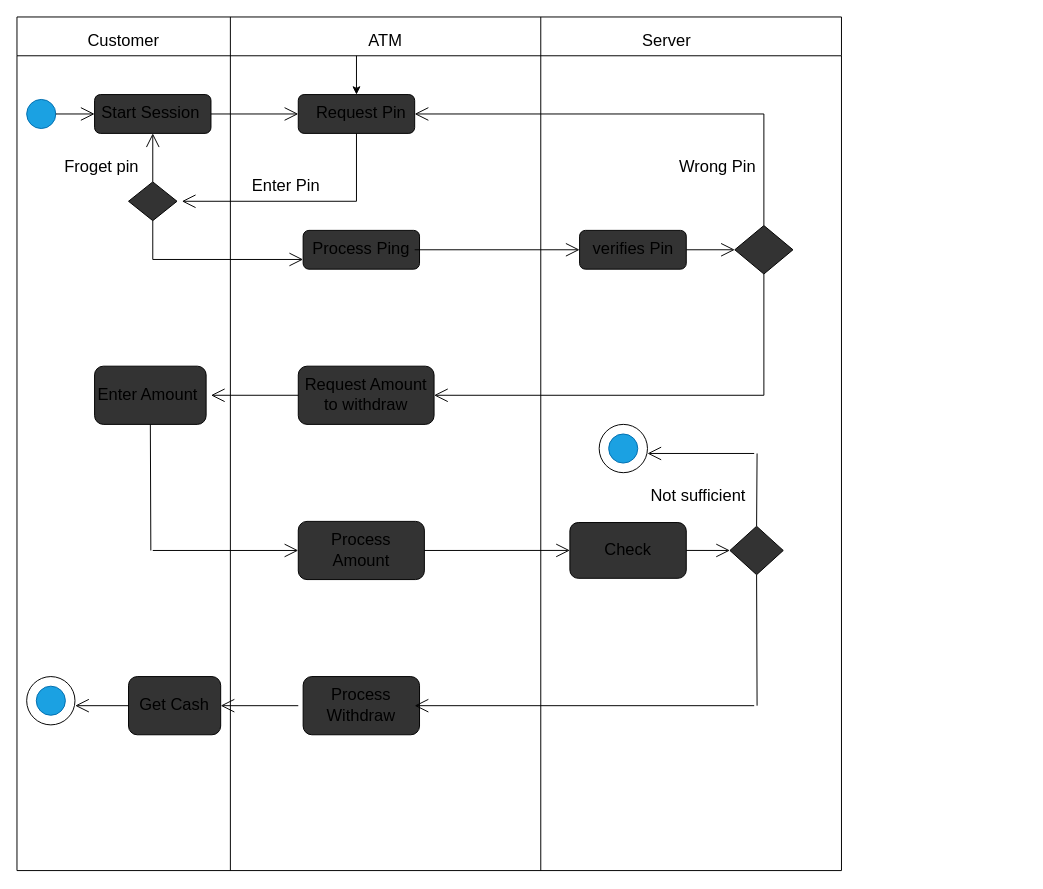
This is Activiti.drawio from ChandimalPriyamantha/Usa_Case_Diagram_-_Activity_Diagram, a draw.io file, before an edit. Source tidied: cells renumbered, new cells numbered last; positions are measured from the earlier drawing's top-left corner, leaving out a move shared by most shapes. Both pictures are drawn from the tidied source at 97%, with x=0, y=0 at pixel (16, 16).
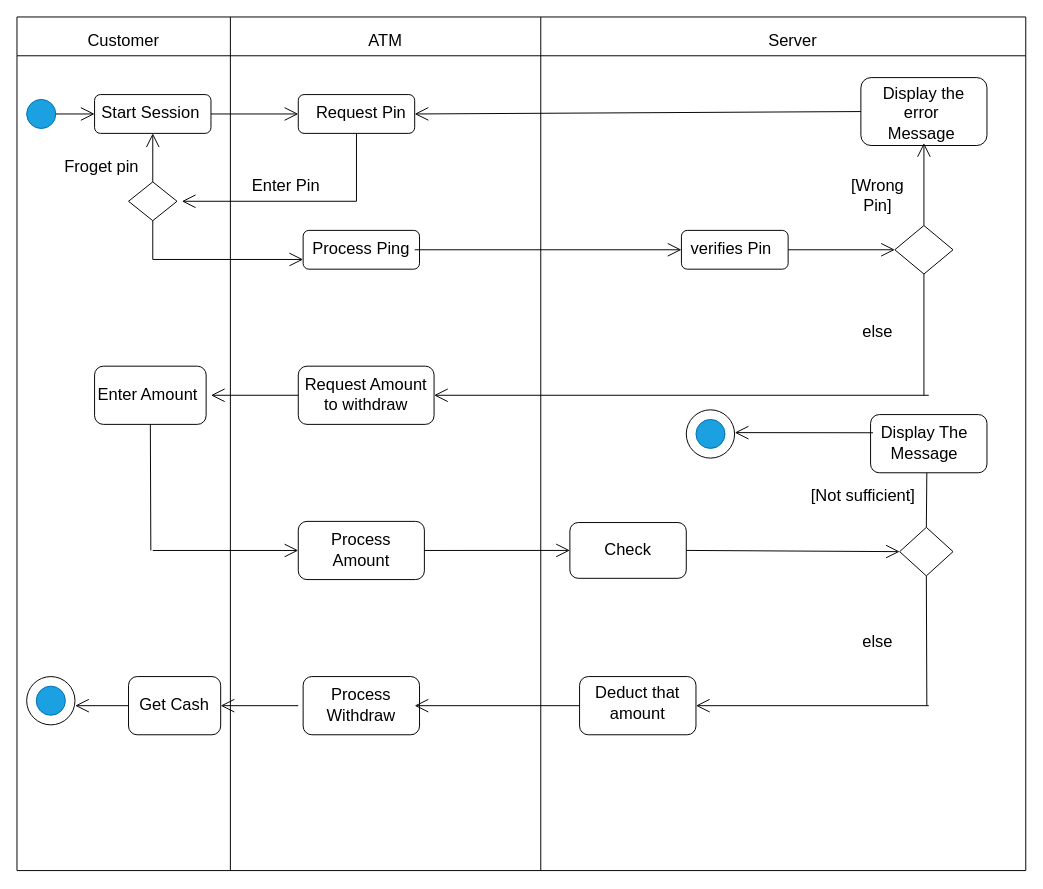
The same page after the edit.

Unchanged cells that the change refers to:
```xml
<mxCell id="36" value="Process Withdraw" style="text;strokeColor=none;align=center;fillColor=none;html=1;verticalAlign=middle;whiteSpace=wrap;rounded=0;fontSize=17;" parent="2" vertex="1">
  <mxGeometry x="300" y="695" width="110" height="30" as="geometry" />
</mxCell>
<mxCell id="43" value="ATM" style="text;strokeColor=none;align=center;fillColor=none;html=1;verticalAlign=middle;whiteSpace=wrap;rounded=0;fontSize=17;" parent="2" vertex="1">
  <mxGeometry x="350" y="10" width="60" height="30" as="geometry" />
</mxCell>
```

Diff of the diagram source:
```diff
@@
-    <mxCell id="2" style="swimlane;whiteSpace=wrap;html=1;startSize=40;" parent="1" vertex="1">
-      <mxGeometry width="850" height="880" as="geometry" />
+    <mxCell id="2" style="swimlane;whiteSpace=wrap;html=1;startSize=40;fillColor=none;" parent="1" vertex="1">
+      <mxGeometry width="1040" height="880" as="geometry" />
     </mxCell>
@@
     <mxCell id="4" value="Server" style="text;strokeColor=none;align=center;fillColor=none;html=1;verticalAlign=middle;whiteSpace=wrap;rounded=0;fontSize=17;" parent="2" vertex="1">
-      <mxGeometry x="640" y="10" width="60" height="30" as="geometry" />
+      <mxGeometry x="770" y="10" width="60" height="30" as="geometry" />
     </mxCell>
-    <mxCell id="5" style="rounded=1;whiteSpace=wrap;html=1;fontSize=17;fillColor=#333333;" parent="2" vertex="1">
+    <mxCell id="5" style="rounded=1;whiteSpace=wrap;html=1;fontSize=17;fillColor=none;" parent="2" vertex="1">
       <mxGeometry x="80" y="80" width="120" height="40" as="geometry" />
     </mxCell>
@@
-    <mxCell id="9" style="rounded=1;whiteSpace=wrap;html=1;fontSize=17;fillColor=#333333;" parent="2" vertex="1">
+    <mxCell id="9" style="rounded=1;whiteSpace=wrap;html=1;fontSize=17;fillColor=none;" parent="2" vertex="1">
       <mxGeometry x="290" y="80" width="120" height="40" as="geometry" />
     </mxCell>
@@
-    <mxCell id="12" style="rhombus;whiteSpace=wrap;html=1;fontSize=17;fillColor=#333333;" parent="2" vertex="1">
+    <mxCell id="12" style="rhombus;whiteSpace=wrap;html=1;fontSize=17;fillColor=none;" parent="2" vertex="1">
       <mxGeometry x="115" y="170" width="50" height="40" as="geometry" />
     </mxCell>
@@
-    <mxCell id="16" style="rounded=1;whiteSpace=wrap;html=1;fontSize=17;fillColor=#333333;" parent="2" vertex="1">
+    <mxCell id="16" style="rounded=1;whiteSpace=wrap;html=1;fontSize=17;fillColor=none;" parent="2" vertex="1">
       <mxGeometry x="295" y="220" width="120" height="40" as="geometry" />
     </mxCell>
@@
-    <mxCell id="19" value="Wrong Pin" style="text;strokeColor=none;align=center;fillColor=none;html=1;verticalAlign=middle;whiteSpace=wrap;rounded=0;fontSize=17;" parent="2" vertex="1">
-      <mxGeometry x="680" y="140" width="85" height="30" as="geometry" />
+    <mxCell id="19" value="[Wrong Pin]" style="text;strokeColor=none;align=center;fillColor=none;html=1;verticalAlign=middle;whiteSpace=wrap;rounded=0;fontSize=17;" parent="2" vertex="1">
+      <mxGeometry x="845" y="170" width="85" height="30" as="geometry" />
     </mxCell>
-    <mxCell id="20" style="rounded=1;whiteSpace=wrap;html=1;fontSize=17;fillColor=#333333;" parent="2" vertex="1">
-      <mxGeometry x="580" y="220" width="110" height="40" as="geometry" />
+    <mxCell id="20" style="rounded=1;whiteSpace=wrap;html=1;fontSize=17;fillColor=none;" parent="2" vertex="1">
+      <mxGeometry x="685" y="220" width="110" height="40" as="geometry" />
     </mxCell>
     <mxCell id="21" value="verifies Pin" style="text;strokeColor=none;align=center;fillColor=none;html=1;verticalAlign=middle;whiteSpace=wrap;rounded=0;fontSize=17;" parent="2" vertex="1">
-      <mxGeometry x="587.5" y="225" width="95" height="30" as="geometry" />
+      <mxGeometry x="688.8" y="225" width="95" height="30" as="geometry" />
     </mxCell>
-    <mxCell id="22" style="rounded=1;whiteSpace=wrap;html=1;fontSize=17;fillColor=#333333;" parent="2" vertex="1">
+    <mxCell id="22" style="rounded=1;whiteSpace=wrap;html=1;fontSize=17;fillColor=none;" parent="2" vertex="1">
       <mxGeometry x="290" y="360" width="140" height="60" as="geometry" />
     </mxCell>
@@
-    <mxCell id="24" style="rounded=1;whiteSpace=wrap;html=1;fontSize=17;fillColor=#333333;" parent="2" vertex="1">
+    <mxCell id="24" style="rounded=1;whiteSpace=wrap;html=1;fontSize=17;fillColor=none;" parent="2" vertex="1">
       <mxGeometry x="80" y="360" width="115" height="60" as="geometry" />
     </mxCell>
@@
-    <mxCell id="27" style="rounded=1;whiteSpace=wrap;html=1;fontSize=17;fillColor=#333333;" parent="2" vertex="1">
+    <mxCell id="27" style="rounded=1;whiteSpace=wrap;html=1;fontSize=17;fillColor=none;" parent="2" vertex="1">
       <mxGeometry x="290" y="520" width="130" height="60" as="geometry" />
     </mxCell>
@@
-    <mxCell id="29" style="rounded=1;whiteSpace=wrap;html=1;fontSize=17;fillColor=#333333;" parent="2" vertex="1">
+    <mxCell id="29" style="rounded=1;whiteSpace=wrap;html=1;fontSize=17;fillColor=none;" parent="2" vertex="1">
       <mxGeometry x="570" y="521.2" width="120" height="57.5" as="geometry" />
     </mxCell>
@@
-    <mxCell id="32" style="rhombus;whiteSpace=wrap;html=1;fontSize=17;fillColor=#333333;" parent="2" vertex="1">
-      <mxGeometry x="740" y="215" width="60" height="50" as="geometry" />
+    <mxCell id="32" style="rhombus;whiteSpace=wrap;html=1;fontSize=17;fillColor=none;" parent="2" vertex="1">
+      <mxGeometry x="905" y="215" width="60" height="50" as="geometry" />
     </mxCell>
-    <mxCell id="33" style="rhombus;whiteSpace=wrap;html=1;fontSize=17;fillColor=#333333;" parent="2" vertex="1">
-      <mxGeometry x="735" y="525" width="55" height="50" as="geometry" />
+    <mxCell id="33" style="rhombus;whiteSpace=wrap;html=1;fontSize=17;fillColor=none;" parent="2" vertex="1">
+      <mxGeometry x="910" y="526.2" width="55" height="50" as="geometry" />
     </mxCell>
-    <mxCell id="34" style="endArrow=open;endFill=1;endSize=12;html=1;fontSize=17;entryX=0;entryY=0.5;entryDx=0;entryDy=0;exitX=1;exitY=0.5;exitDx=0;exitDy=0;" parent="2" edge="1" source="29" target="33">
-      <mxGeometry relative="1" as="geometry" />
-    </mxCell>
-    <mxCell id="35" style="rounded=1;whiteSpace=wrap;html=1;fontSize=17;fillColor=#333333;" parent="2" vertex="1">
+    <mxCell id="35" style="rounded=1;whiteSpace=wrap;html=1;fontSize=17;fillColor=none;" parent="2" vertex="1">
       <mxGeometry x="295" y="680" width="120" height="60" as="geometry" />
     </mxCell>
@@
-    <mxCell id="37" value="Not&amp;nbsp;sufficient" style="text;strokeColor=none;align=center;fillColor=none;html=1;verticalAlign=middle;whiteSpace=wrap;rounded=0;fontSize=17;" parent="2" vertex="1">
-      <mxGeometry x="650" y="480" width="105" height="30" as="geometry" />
+    <mxCell id="37" value="[Not&amp;nbsp;sufficient]" style="text;strokeColor=none;align=center;fillColor=none;html=1;verticalAlign=middle;whiteSpace=wrap;rounded=0;fontSize=17;" parent="2" vertex="1">
+      <mxGeometry x="820" y="480" width="105" height="30" as="geometry" />
     </mxCell>
-    <mxCell id="38" style="rounded=1;whiteSpace=wrap;html=1;fontSize=17;fillColor=#333333;" parent="2" vertex="1">
+    <mxCell id="38" style="rounded=1;whiteSpace=wrap;html=1;fontSize=17;fillColor=none;" parent="2" vertex="1">
       <mxGeometry x="115" y="680" width="95" height="60" as="geometry" />
     </mxCell>
@@
     <mxCell id="40" style="ellipse;whiteSpace=wrap;html=1;fontSize=17;fillColor=none;fillStyle=auto;" parent="2" vertex="1">
-      <mxGeometry x="600.2" y="420" width="49.8" height="49.8" as="geometry" />
+      <mxGeometry x="690" y="405" width="49.8" height="49.8" as="geometry" />
     </mxCell>
@@
-    <mxCell id="42" style="edgeStyle=none;html=1;exitX=0;exitY=1;exitDx=0;exitDy=0;fontSize=17;" parent="2" edge="1" source="43" target="9">
-      <mxGeometry relative="1" as="geometry" />
-    </mxCell>
@@
     <mxCell id="45" style="ellipse;whiteSpace=wrap;html=1;fontSize=17;fillColor=#1ba1e2;fontColor=#ffffff;strokeColor=#006EAF;" parent="2" vertex="1">
-      <mxGeometry x="610" y="429.9" width="30" height="30" as="geometry" />
+      <mxGeometry x="700" y="414.9" width="29.9" height="29.9" as="geometry" />
     </mxCell>
+    <mxCell id="42" value="else" style="text;strokeColor=none;align=center;fillColor=none;html=1;verticalAlign=middle;whiteSpace=wrap;rounded=0;fontSize=17;" parent="2" vertex="1">
+      <mxGeometry x="845" y="310" width="85" height="30" as="geometry" />
+    </mxCell>
+    <mxCell id="66" value="else" style="text;strokeColor=none;align=center;fillColor=none;html=1;verticalAlign=middle;whiteSpace=wrap;rounded=0;fontSize=17;" parent="2" vertex="1">
+      <mxGeometry x="845" y="630" width="85" height="30" as="geometry" />
+    </mxCell>
+    <mxCell id="67" style="rounded=1;whiteSpace=wrap;html=1;fillColor=none;" parent="2" vertex="1">
+      <mxGeometry x="870" y="62.5" width="130" height="70" as="geometry" />
+    </mxCell>
+    <mxCell id="68" value="Display the error&amp;nbsp;&lt;br&gt;Message&amp;nbsp;" style="text;strokeColor=none;align=center;fillColor=none;html=1;verticalAlign=middle;whiteSpace=wrap;rounded=0;fontSize=17;" parent="2" vertex="1">
+      <mxGeometry x="880" y="77.5" width="110" height="45" as="geometry" />
+    </mxCell>
+    <mxCell id="69" style="rounded=1;whiteSpace=wrap;html=1;fillColor=none;" parent="2" vertex="1">
+      <mxGeometry x="880" y="409.9" width="120" height="60" as="geometry" />
+    </mxCell>
+    <mxCell id="70" value="Display The&amp;nbsp;&lt;br&gt;Message&amp;nbsp;" style="text;strokeColor=none;align=center;fillColor=none;html=1;verticalAlign=middle;whiteSpace=wrap;rounded=0;fontSize=17;" parent="2" vertex="1">
+      <mxGeometry x="882.5" y="417.4" width="110" height="45" as="geometry" />
+    </mxCell>
+    <mxCell id="71" style="rounded=1;whiteSpace=wrap;html=1;fillColor=none;" parent="2" vertex="1">
+      <mxGeometry x="580" y="680" width="120" height="60" as="geometry" />
+    </mxCell>
+    <mxCell id="62" style="endArrow=open;endFill=1;endSize=12;html=1;fontSize=17;entryX=1;entryY=0.5;entryDx=0;entryDy=0;exitX=0;exitY=0.5;exitDx=0;exitDy=0;" parent="2" edge="1" source="71" target="36">
+      <mxGeometry relative="1" as="geometry" />
+    </mxCell>
+    <mxCell id="72" value="Deduct that amount" style="text;strokeColor=none;align=center;fillColor=none;html=1;verticalAlign=middle;whiteSpace=wrap;rounded=0;fontSize=17;" parent="2" vertex="1">
+      <mxGeometry x="585" y="690" width="110" height="35" as="geometry" />
+    </mxCell>
+    <mxCell id="73" style="endArrow=open;endFill=1;endSize=12;html=1;exitX=0.5;exitY=0;exitDx=0;exitDy=0;" parent="2" edge="1" source="32">
+      <mxGeometry relative="1" as="geometry">
+        <mxPoint x="935" y="130" as="targetPoint" />
+      </mxGeometry>
+    </mxCell>
+    <mxCell id="74" style="endArrow=open;endFill=1;endSize=12;html=1;entryX=0;entryY=0.5;entryDx=0;entryDy=0;exitX=1;exitY=0.5;exitDx=0;exitDy=0;" parent="2" edge="1" source="20" target="32">
+      <mxGeometry relative="1" as="geometry" />
+    </mxCell>
+    <mxCell id="75" style="endArrow=open;endFill=1;endSize=12;html=1;exitX=0;exitY=0.5;exitDx=0;exitDy=0;" parent="2" edge="1" source="67">
+      <mxGeometry relative="1" as="geometry">
+        <mxPoint x="410" y="100" as="targetPoint" />
+      </mxGeometry>
+    </mxCell>
+    <mxCell id="34" style="endArrow=open;endFill=1;endSize=12;html=1;fontSize=21;entryX=0;entryY=0.5;entryDx=0;entryDy=0;exitX=1;exitY=0.5;exitDx=0;exitDy=0;" parent="2" edge="1" source="29" target="33">
+      <mxGeometry relative="1" as="geometry" />
+    </mxCell>
+    <mxCell id="76" style="endArrow=none;html=1;fontSize=21;exitX=0.5;exitY=0;exitDx=0;exitDy=0;" parent="2" edge="1" source="33">
+      <mxGeometry relative="1" as="geometry">
+        <mxPoint x="938" y="470" as="targetPoint" />
+      </mxGeometry>
+    </mxCell>
+    <mxCell id="77" style="endArrow=open;endFill=1;endSize=12;html=1;fontSize=15;exitX=0;exitY=0.25;exitDx=0;exitDy=0;entryX=1;entryY=0.25;entryDx=0;entryDy=0;" parent="2" edge="1" source="70">
+      <mxGeometry relative="1" as="geometry">
+        <mxPoint x="740" y="428.5" as="targetPoint" />
+      </mxGeometry>
+    </mxCell>
@@
-    <mxCell id="53" style="endArrow=open;endFill=1;endSize=12;html=1;fontSize=17;entryX=1;entryY=0.5;entryDx=0;entryDy=0;" parent="1" edge="1" target="9">
-      <mxGeometry relative="1" as="geometry">
-        <mxPoint x="770" y="100" as="sourcePoint" />
-      </mxGeometry>
-    </mxCell>
     <mxCell id="54" style="endArrow=open;endFill=1;endSize=12;html=1;fontSize=17;entryX=1;entryY=0.5;entryDx=0;entryDy=0;" parent="1" edge="1" target="22">
       <mxGeometry relative="1" as="geometry">
-        <mxPoint x="770" y="390" as="sourcePoint" />
+        <mxPoint x="940" y="390" as="sourcePoint" />
       </mxGeometry>
     </mxCell>
@@
-    <mxCell id="57" style="endArrow=none;html=1;fontSize=17;exitX=0.5;exitY=0;exitDx=0;exitDy=0;" parent="1" edge="1" source="32">
-      <mxGeometry relative="1" as="geometry">
-        <mxPoint x="770" y="100" as="targetPoint" />
-      </mxGeometry>
-    </mxCell>
-    <mxCell id="58" style="endArrow=open;endFill=1;endSize=12;html=1;fontSize=17;" parent="1" edge="1" target="32">
-      <mxGeometry relative="1" as="geometry">
-        <mxPoint x="690" y="240" as="sourcePoint" />
-      </mxGeometry>
-    </mxCell>
-    <mxCell id="59" style="endArrow=none;html=1;fontSize=17;entryX=0.5;entryY=1;entryDx=0;entryDy=0;" parent="1" edge="1" target="32">
-      <mxGeometry relative="1" as="geometry">
-        <mxPoint x="770" y="390" as="sourcePoint" />
-      </mxGeometry>
-    </mxCell>
-    <mxCell id="60" style="endArrow=none;html=1;fontSize=17;entryX=0.5;entryY=0;entryDx=0;entryDy=0;" parent="1" edge="1" target="33">
-      <mxGeometry relative="1" as="geometry">
-        <mxPoint x="763" y="450" as="sourcePoint" />
-      </mxGeometry>
-    </mxCell>
-    <mxCell id="61" style="endArrow=none;html=1;fontSize=17;entryX=0.5;entryY=1;entryDx=0;entryDy=0;" parent="1" edge="1" target="33">
-      <mxGeometry relative="1" as="geometry">
-        <mxPoint x="763" y="710" as="sourcePoint" />
-      </mxGeometry>
-    </mxCell>
-    <mxCell id="62" style="endArrow=open;endFill=1;endSize=12;html=1;fontSize=17;entryX=1;entryY=0.5;entryDx=0;entryDy=0;" parent="1" edge="1" target="36">
-      <mxGeometry relative="1" as="geometry">
-        <mxPoint x="760" y="710" as="sourcePoint" />
-      </mxGeometry>
-    </mxCell>
@@
-    <mxCell id="64" style="endArrow=open;endFill=1;endSize=12;html=1;fontSize=17;" parent="1" edge="1">
-      <mxGeometry relative="1" as="geometry">
-        <mxPoint x="760" y="450" as="sourcePoint" />
-        <mxPoint x="650" y="450" as="targetPoint" />
-      </mxGeometry>
-    </mxCell>
@@
+    <mxCell id="78" style="endArrow=none;html=1;fontSize=21;entryX=0.5;entryY=1;entryDx=0;entryDy=0;" parent="1" edge="1" target="32">
+      <mxGeometry relative="1" as="geometry">
+        <mxPoint x="935" y="390" as="sourcePoint" />
+      </mxGeometry>
+    </mxCell>
+    <mxCell id="79" style="endArrow=none;html=1;fontSize=21;entryX=0.5;entryY=1;entryDx=0;entryDy=0;" parent="1" edge="1" target="33">
+      <mxGeometry relative="1" as="geometry">
+        <mxPoint x="938" y="710" as="sourcePoint" />
+      </mxGeometry>
+    </mxCell>
+    <mxCell id="80" style="endArrow=open;endFill=1;endSize=12;html=1;fontSize=15;entryX=1;entryY=0.5;entryDx=0;entryDy=0;" parent="1" edge="1" target="71">
+      <mxGeometry relative="1" as="geometry">
+        <mxPoint x="940" y="710" as="sourcePoint" />
+      </mxGeometry>
+    </mxCell>
```
